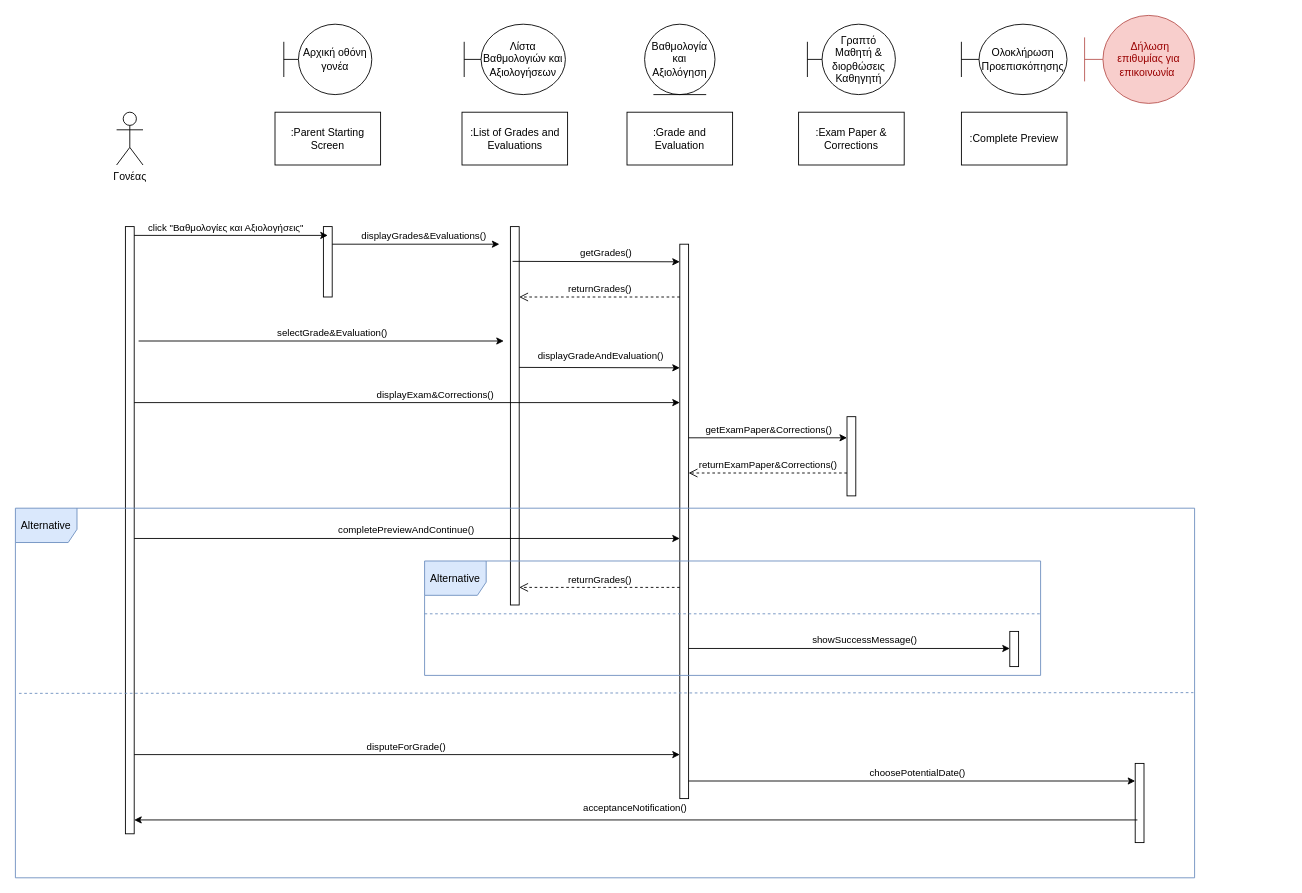
The draw.io diagram Παραδοτέο4/SD_Parent_1.drawio in m1kemp/School-Hero, before the edit. Source tidied: cells renumbered, new cells numbered last; positions are measured from the earlier drawing's top-left corner, leaving out a move shared by most shapes. Both pictures are drawn from the tidied source at 88%, with x=0, y=0 at pixel (15, 15).
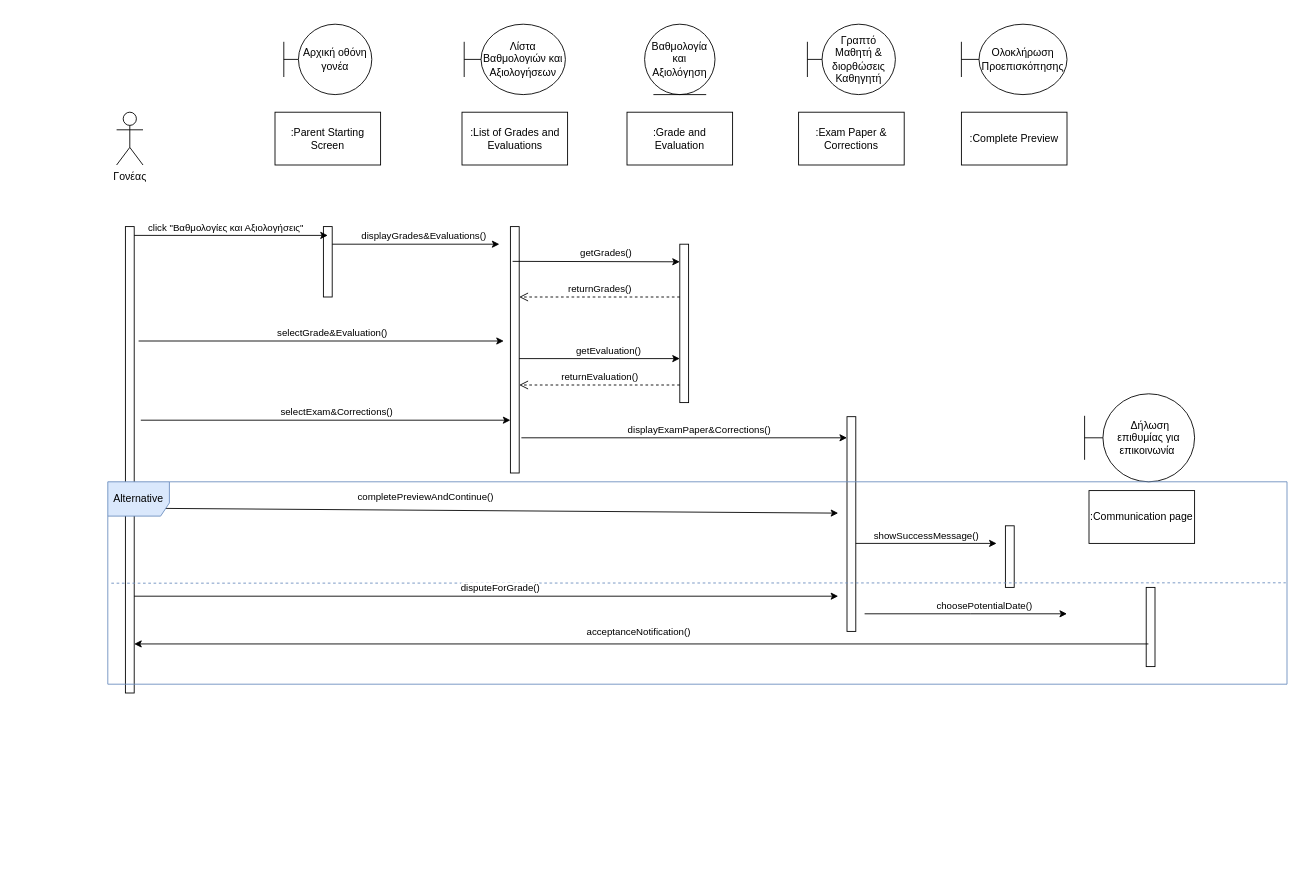
The same page after the edit.

The change refers to these unchanged cells:
```xml
<mxCell id="9" style="html=1;points=[];perimeter=orthogonalPerimeter;outlineConnect=0;targetShapes=umlLifeline;portConstraint=eastwest;newEdgeStyle={&quot;edgeStyle&quot;:&quot;elbowEdgeStyle&quot;,&quot;elbow&quot;:&quot;vertical&quot;,&quot;curved&quot;:0,&quot;rounded&quot;:0};" parent="1" vertex="1">
  <mxGeometry x="350" y="240" width="10" height="80" as="geometry" />
</mxCell>
```

The edit, as a diff of the source:
```diff
@@
-    <mxCell id="3" style="html=1;points=[];perimeter=orthogonalPerimeter;outlineConnect=0;targetShapes=umlLifeline;portConstraint=eastwest;newEdgeStyle={&quot;edgeStyle&quot;:&quot;elbowEdgeStyle&quot;,&quot;elbow&quot;:&quot;vertical&quot;,&quot;curved&quot;:0,&quot;rounded&quot;:0};" parent="1" vertex="1">
-      <mxGeometry x="125" y="240" width="10" height="690" as="geometry" />
-    </mxCell>
+    <mxCell id="52" style="html=1;points=[];perimeter=orthogonalPerimeter;outlineConnect=0;targetShapes=umlLifeline;portConstraint=eastwest;newEdgeStyle={&quot;edgeStyle&quot;:&quot;elbowEdgeStyle&quot;,&quot;elbow&quot;:&quot;vertical&quot;,&quot;curved&quot;:0,&quot;rounded&quot;:0};" parent="1" vertex="1">
+      <mxGeometry x="125" y="240" width="10" height="530" as="geometry" />
+    </mxCell>
@@
-    <mxCell id="11" value="&lt;font color=&quot;#990000&quot;&gt;&amp;nbsp;Δήλωση επιθυμίας για επικοινωνία&amp;nbsp;&lt;/font&gt;" style="shape=umlBoundary;whiteSpace=wrap;html=1;fillColor=#f8cecc;strokeColor=#b85450;" parent="1" vertex="1">
-      <mxGeometry x="1215" width="125" height="100" as="geometry" />
+    <mxCell id="11" value="&amp;nbsp;Δήλωση επιθυμίας για επικοινωνία&amp;nbsp;" style="shape=umlBoundary;whiteSpace=wrap;html=1;" parent="1" vertex="1">
+      <mxGeometry x="1215" y="430" width="125" height="100" as="geometry" />
     </mxCell>
-    <mxCell id="12" style="html=1;perimeter=orthogonalPerimeter;targetShapes=umlLifeline;newEdgeStyle={&quot;edgeStyle&quot;:&quot;elbowEdgeStyle&quot;,&quot;elbow&quot;:&quot;vertical&quot;,&quot;curved&quot;:0,&quot;rounded&quot;:0};" parent="1" vertex="1">
-      <mxGeometry x="562.5" y="240" width="10" height="430" as="geometry" />
-    </mxCell>
-    <mxCell id="13" style="endArrow=classic;html=1;rounded=0;entryX=0.5;entryY=0.125;entryDx=0;entryDy=0;entryPerimeter=0;" parent="1" edge="1" source="3" target="9">
-      <mxGeometry relative="1" as="geometry" />
-    </mxCell>
+    <mxCell id="53" style="html=1;perimeter=orthogonalPerimeter;targetShapes=umlLifeline;newEdgeStyle={&quot;edgeStyle&quot;:&quot;elbowEdgeStyle&quot;,&quot;elbow&quot;:&quot;vertical&quot;,&quot;curved&quot;:0,&quot;rounded&quot;:0};" parent="1" vertex="1">
+      <mxGeometry x="562.5" y="240" width="10" height="280" as="geometry" />
+    </mxCell>
+    <mxCell id="54" style="endArrow=classic;html=1;rounded=0;entryX=0.5;entryY=0.125;entryDx=0;entryDy=0;entryPerimeter=0;" parent="1" edge="1" source="52" target="9">
+      <mxGeometry relative="1" as="geometry" />
+    </mxCell>
-    <mxCell id="14" value="click &quot;Βαθμολογίες και Αξιολογήσεις&quot;" style="edgeLabel;html=1;align=center;verticalAlign=middle;" parent="13" vertex="1">
+    <mxCell id="14" value="click &quot;Βαθμολογίες και Αξιολογήσεις&quot;" style="edgeLabel;html=1;align=center;verticalAlign=middle;" parent="54" vertex="1">
       <mxGeometry x="0.19" y="-2" relative="1" as="geometry">
         <mxPoint x="-28" y="-12" as="offset" />
       </mxGeometry>
     </mxCell>
-    <mxCell id="15" style="html=1;points=[];perimeter=orthogonalPerimeter;outlineConnect=0;targetShapes=umlLifeline;portConstraint=eastwest;newEdgeStyle={&quot;edgeStyle&quot;:&quot;elbowEdgeStyle&quot;,&quot;elbow&quot;:&quot;vertical&quot;,&quot;curved&quot;:0,&quot;rounded&quot;:0};" parent="1" vertex="1">
-      <mxGeometry x="755" y="260" width="10" height="630" as="geometry" />
-    </mxCell>
-    <mxCell id="16" style="endArrow=classic;html=1;rounded=0;" parent="1" edge="1">
-      <mxGeometry relative="1" as="geometry">
-        <mxPoint x="360" y="260" as="sourcePoint" />
-        <mxPoint x="550" y="260" as="targetPoint" />
-      </mxGeometry>
-    </mxCell>
+    <mxCell id="55" style="html=1;points=[];perimeter=orthogonalPerimeter;outlineConnect=0;targetShapes=umlLifeline;portConstraint=eastwest;newEdgeStyle={&quot;edgeStyle&quot;:&quot;elbowEdgeStyle&quot;,&quot;elbow&quot;:&quot;vertical&quot;,&quot;curved&quot;:0,&quot;rounded&quot;:0};" parent="1" vertex="1">
+      <mxGeometry x="755" y="260" width="10" height="180" as="geometry" />
+    </mxCell>
+    <mxCell id="56" style="endArrow=classic;html=1;rounded=0;" parent="1" edge="1">
+      <mxGeometry relative="1" as="geometry">
+        <mxPoint x="360" y="260" as="sourcePoint" />
+        <mxPoint x="550" y="260" as="targetPoint" />
+      </mxGeometry>
+    </mxCell>
-    <mxCell id="17" value="displayGrades&amp;amp;Evaluations()" style="edgeLabel;html=1;align=center;verticalAlign=middle;" parent="16" vertex="1">
+    <mxCell id="17" value="displayGrades&amp;amp;Evaluations()" style="edgeLabel;html=1;align=center;verticalAlign=middle;" parent="56" vertex="1">
       <mxGeometry x="0.26" y="3" relative="1" as="geometry">
         <mxPoint x="-17" y="-7" as="offset" />
       </mxGeometry>
     </mxCell>
-    <mxCell id="18" style="endArrow=classic;html=1;rounded=0;" parent="1" edge="1">
-      <mxGeometry relative="1" as="geometry">
-        <mxPoint x="565" y="279.5" as="sourcePoint" />
-        <mxPoint x="755" y="280" as="targetPoint" />
-      </mxGeometry>
-    </mxCell>
+    <mxCell id="57" style="endArrow=classic;html=1;rounded=0;" parent="1" edge="1">
+      <mxGeometry relative="1" as="geometry">
+        <mxPoint x="565" y="279.5" as="sourcePoint" />
+        <mxPoint x="755" y="280" as="targetPoint" />
+      </mxGeometry>
+    </mxCell>
-    <mxCell id="19" value="getGrades()" style="edgeLabel;html=1;align=center;verticalAlign=middle;" parent="18" vertex="1">
+    <mxCell id="19" value="getGrades()" style="edgeLabel;html=1;align=center;verticalAlign=middle;" parent="57" vertex="1">
       <mxGeometry x="0.34" relative="1" as="geometry">
         <mxPoint x="-21" y="-10" as="offset" />
       </mxGeometry>
     </mxCell>
@@
-    <mxCell id="21" value="returnGrades()" style="html=1;verticalAlign=bottom;endArrow=open;dashed=1;endSize=8;edgeStyle=elbowEdgeStyle;elbow=vertical;curved=0;rounded=0;" parent="1" edge="1">
-      <mxGeometry relative="1" as="geometry">
-        <mxPoint x="755" y="320" as="sourcePoint" />
-        <mxPoint x="572.5" y="320" as="targetPoint" />
-      </mxGeometry>
-    </mxCell>
-    <mxCell id="22" style="endArrow=classic;html=1;rounded=0;" parent="1" edge="1">
-      <mxGeometry relative="1" as="geometry">
-        <mxPoint x="140" y="370" as="sourcePoint" />
-        <mxPoint x="555" y="370" as="targetPoint" />
-      </mxGeometry>
-    </mxCell>
+    <mxCell id="58" value="returnGrades()" style="html=1;verticalAlign=bottom;endArrow=open;dashed=1;endSize=8;edgeStyle=elbowEdgeStyle;elbow=vertical;curved=0;rounded=0;" parent="1" edge="1">
+      <mxGeometry relative="1" as="geometry">
+        <mxPoint x="755" y="320" as="sourcePoint" />
+        <mxPoint x="572.5" y="320" as="targetPoint" />
+      </mxGeometry>
+    </mxCell>
+    <mxCell id="59" style="endArrow=classic;html=1;rounded=0;" parent="1" edge="1">
+      <mxGeometry relative="1" as="geometry">
+        <mxPoint x="140" y="370" as="sourcePoint" />
+        <mxPoint x="555" y="370" as="targetPoint" />
+      </mxGeometry>
+    </mxCell>
-    <mxCell id="23" value="selectGrade&amp;amp;Evaluation()" style="edgeLabel;html=1;align=center;verticalAlign=middle;" parent="22" vertex="1">
+    <mxCell id="23" value="selectGrade&amp;amp;Evaluation()" style="edgeLabel;html=1;align=center;verticalAlign=middle;" parent="59" vertex="1">
       <mxGeometry x="0.19" y="-2" relative="1" as="geometry">
         <mxPoint x="-28" y="-12" as="offset" />
       </mxGeometry>
     </mxCell>
-    <mxCell id="24" style="html=1;perimeter=orthogonalPerimeter;targetShapes=umlLifeline;newEdgeStyle={&quot;edgeStyle&quot;:&quot;elbowEdgeStyle&quot;,&quot;elbow&quot;:&quot;vertical&quot;,&quot;curved&quot;:0,&quot;rounded&quot;:0};" parent="1" vertex="1">
-      <mxGeometry x="945" y="456" width="10" height="90" as="geometry" />
-    </mxCell>
-    <mxCell id="25" style="endArrow=classic;html=1;rounded=0;" parent="1" edge="1">
-      <mxGeometry relative="1" as="geometry">
-        <mxPoint x="572.5" y="400" as="sourcePoint" />
-        <mxPoint x="755" y="400.5" as="targetPoint" />
-      </mxGeometry>
-    </mxCell>
-    <mxCell id="26" value="displayGradeAndEvaluation()" style="edgeLabel;html=1;align=center;verticalAlign=middle;" parent="25" vertex="1">
-      <mxGeometry x="0.29" relative="1" as="geometry">
-        <mxPoint x="-26" y="-14" as="offset" />
-      </mxGeometry>
-    </mxCell>
-    <mxCell id="27" style="endArrow=classic;html=1;rounded=0;" parent="1" edge="1">
-      <mxGeometry relative="1" as="geometry">
-        <mxPoint x="765" y="480" as="sourcePoint" />
-        <mxPoint x="945" y="480" as="targetPoint" />
-      </mxGeometry>
-    </mxCell>
-    <mxCell id="28" value="getExamPaper&amp;amp;Corrections()" style="edgeLabel;html=1;align=center;verticalAlign=middle;" parent="27" vertex="1">
-      <mxGeometry x="0.17" y="4" relative="1" as="geometry">
-        <mxPoint x="-15" y="-6" as="offset" />
-      </mxGeometry>
-    </mxCell>
+    <mxCell id="60" style="html=1;points=[];perimeter=orthogonalPerimeter;outlineConnect=0;targetShapes=umlLifeline;portConstraint=eastwest;newEdgeStyle={&quot;edgeStyle&quot;:&quot;elbowEdgeStyle&quot;,&quot;elbow&quot;:&quot;vertical&quot;,&quot;curved&quot;:0,&quot;rounded&quot;:0};" parent="1" vertex="1">
+      <mxGeometry x="945" y="456" width="10" height="244" as="geometry" />
+    </mxCell>
+    <mxCell id="61" style="endArrow=classic;html=1;rounded=0;" parent="1" edge="1">
+      <mxGeometry relative="1" as="geometry">
+        <mxPoint x="575" y="480" as="sourcePoint" />
+        <mxPoint x="945" y="480" as="targetPoint" />
+      </mxGeometry>
+    </mxCell>
+    <mxCell id="62" value="displayExamPaper&amp;amp;Corrections()" style="edgeLabel;html=1;align=center;verticalAlign=middle;" parent="61" vertex="1">
+      <mxGeometry x="0.17" y="4" relative="1" as="geometry">
+        <mxPoint x="-15" y="-6" as="offset" />
+      </mxGeometry>
+    </mxCell>
@@
-    <mxCell id="30" value="returnExamPaper&amp;amp;Corrections()" style="html=1;verticalAlign=bottom;endArrow=open;dashed=1;endSize=8;edgeStyle=elbowEdgeStyle;elbow=vertical;curved=0;rounded=0;" parent="1" edge="1">
-      <mxGeometry relative="1" as="geometry">
-        <mxPoint x="945" y="520" as="sourcePoint" />
-        <mxPoint x="765" y="520" as="targetPoint" />
-      </mxGeometry>
-    </mxCell>
-    <mxCell id="31" style="endArrow=classic;html=1;rounded=0;" parent="1" edge="1">
-      <mxGeometry relative="1" as="geometry">
-        <mxPoint x="135" y="594.4" as="sourcePoint" />
-        <mxPoint x="755" y="594.4" as="targetPoint" />
-      </mxGeometry>
-    </mxCell>
+    <mxCell id="63" style="endArrow=classic;html=1;rounded=0;" parent="1" edge="1">
+      <mxGeometry relative="1" as="geometry">
+        <mxPoint x="135" y="560" as="sourcePoint" />
+        <mxPoint x="935" y="565.6" as="targetPoint" />
+      </mxGeometry>
+    </mxCell>
-    <mxCell id="32" value="completePreviewAndContinue()" style="edgeLabel;html=1;align=center;verticalAlign=middle;" parent="31" vertex="1">
+    <mxCell id="32" value="completePreviewAndContinue()" style="edgeLabel;html=1;align=center;verticalAlign=middle;" parent="63" vertex="1">
       <mxGeometry x="0.19" y="-2" relative="1" as="geometry">
-        <mxPoint x="-61" y="-12" as="offset" />
+        <mxPoint x="-145" y="-19" as="offset" />
       </mxGeometry>
     </mxCell>
@@
-    <mxCell id="35" value="Alternative" style="shape=umlFrame;whiteSpace=wrap;html=1;fillColor=#dae8fc;strokeColor=#6c8ebf;width=70;height=39;" parent="1" vertex="1">
-      <mxGeometry y="560" width="1340" height="420" as="geometry" />
-    </mxCell>
-    <mxCell id="36" value="returnGrades()" style="html=1;verticalAlign=bottom;endArrow=open;dashed=1;endSize=8;edgeStyle=elbowEdgeStyle;elbow=vertical;curved=0;rounded=0;" parent="1" edge="1">
-      <mxGeometry relative="1" as="geometry">
-        <mxPoint x="755" y="650" as="sourcePoint" />
-        <mxPoint x="572.5" y="650" as="targetPoint" />
-      </mxGeometry>
-    </mxCell>
-    <mxCell id="37" value="Alternative" style="shape=umlFrame;whiteSpace=wrap;html=1;fillColor=#dae8fc;strokeColor=#6c8ebf;width=70;height=39;" parent="1" vertex="1">
-      <mxGeometry x="465" y="620" width="700" height="130" as="geometry" />
-    </mxCell>
-    <mxCell id="38" style="endArrow=none;dashed=1;html=1;rounded=0;fillColor=#dae8fc;strokeColor=#6c8ebf;" parent="1" edge="1">
-      <mxGeometry relative="1" as="geometry">
-        <mxPoint x="465" y="680" as="sourcePoint" />
-        <mxPoint x="1165" y="680" as="targetPoint" />
-      </mxGeometry>
-    </mxCell>
-    <mxCell id="39" style="html=1;points=[];perimeter=orthogonalPerimeter;outlineConnect=0;targetShapes=umlLifeline;portConstraint=eastwest;newEdgeStyle={&quot;edgeStyle&quot;:&quot;elbowEdgeStyle&quot;,&quot;elbow&quot;:&quot;vertical&quot;,&quot;curved&quot;:0,&quot;rounded&quot;:0};" parent="1" vertex="1">
-      <mxGeometry x="1130" y="700" width="10" height="40" as="geometry" />
-    </mxCell>
-    <mxCell id="40" style="endArrow=classic;html=1;rounded=0;" parent="1" edge="1" target="15">
-      <mxGeometry relative="1" as="geometry">
-        <mxPoint x="135" y="440" as="sourcePoint" />
-      </mxGeometry>
-    </mxCell>
-    <mxCell id="41" value="displayExam&amp;amp;Corrections()" style="edgeLabel;html=1;align=center;verticalAlign=middle;" parent="40" vertex="1">
-      <mxGeometry x="0.19" y="-2" relative="1" as="geometry">
-        <mxPoint x="-28" y="-12" as="offset" />
-      </mxGeometry>
-    </mxCell>
-    <mxCell id="42" style="endArrow=classic;html=1;rounded=0;" parent="1" edge="1" target="39">
-      <mxGeometry relative="1" as="geometry">
-        <mxPoint x="765" y="719.4" as="sourcePoint" />
-      </mxGeometry>
-    </mxCell>
+    <mxCell id="64" value="Alternative" style="shape=umlFrame;whiteSpace=wrap;html=1;fillColor=#dae8fc;strokeColor=#6c8ebf;width=70;height=39;" parent="1" vertex="1">
+      <mxGeometry x="105" y="530" width="1340" height="230" as="geometry" />
+    </mxCell>
+    <mxCell id="65" style="html=1;perimeter=orthogonalPerimeter;targetShapes=umlLifeline;newEdgeStyle={&quot;edgeStyle&quot;:&quot;elbowEdgeStyle&quot;,&quot;elbow&quot;:&quot;vertical&quot;,&quot;curved&quot;:0,&quot;rounded&quot;:0};" parent="1" vertex="1">
+      <mxGeometry x="1125" y="580" width="10" height="70" as="geometry" />
+    </mxCell>
+    <mxCell id="66" style="endArrow=classic;html=1;rounded=0;" parent="1" edge="1">
+      <mxGeometry relative="1" as="geometry">
+        <mxPoint x="142.5" y="460" as="sourcePoint" />
+        <mxPoint x="562.5" y="460" as="targetPoint" />
+      </mxGeometry>
+    </mxCell>
+    <mxCell id="67" value="selectExam&amp;amp;Corrections()" style="edgeLabel;html=1;align=center;verticalAlign=middle;" parent="66" vertex="1">
+      <mxGeometry x="0.19" y="-2" relative="1" as="geometry">
+        <mxPoint x="-28" y="-12" as="offset" />
+      </mxGeometry>
+    </mxCell>
+    <mxCell id="68" style="endArrow=classic;html=1;rounded=0;" parent="1" edge="1" source="60">
+      <mxGeometry relative="1" as="geometry">
+        <mxPoint x="1115" y="600" as="targetPoint" />
+      </mxGeometry>
+    </mxCell>
-    <mxCell id="43" value="showSuccessMessage()" style="edgeLabel;html=1;align=center;verticalAlign=middle;" parent="42" vertex="1">
+    <mxCell id="43" value="showSuccessMessage()" style="edgeLabel;html=1;align=center;verticalAlign=middle;" parent="68" vertex="1">
       <mxGeometry x="0.17" y="4" relative="1" as="geometry">
         <mxPoint x="-15" y="-6" as="offset" />
       </mxGeometry>
     </mxCell>
-    <mxCell id="44" style="endArrow=none;dashed=1;html=1;rounded=0;exitX=0.003;exitY=0.501;exitDx=0;exitDy=0;exitPerimeter=0;entryX=0.999;entryY=0.499;entryDx=0;entryDy=0;entryPerimeter=0;fillColor=#dae8fc;strokeColor=#6c8ebf;" parent="1" edge="1" source="35" target="35">
-      <mxGeometry relative="1" as="geometry" />
-    </mxCell>
-    <mxCell id="45" style="endArrow=classic;html=1;rounded=0;" parent="1" edge="1">
-      <mxGeometry relative="1" as="geometry">
-        <mxPoint x="135" y="840" as="sourcePoint" />
-        <mxPoint x="755" y="840" as="targetPoint" />
-      </mxGeometry>
-    </mxCell>
+    <mxCell id="69" style="endArrow=none;dashed=1;html=1;rounded=0;exitX=0.003;exitY=0.501;exitDx=0;exitDy=0;exitPerimeter=0;entryX=0.999;entryY=0.499;entryDx=0;entryDy=0;entryPerimeter=0;fillColor=#dae8fc;strokeColor=#6c8ebf;" parent="1" edge="1" source="64" target="64">
+      <mxGeometry relative="1" as="geometry" />
+    </mxCell>
+    <mxCell id="70" style="endArrow=classic;html=1;rounded=0;" parent="1" edge="1">
+      <mxGeometry relative="1" as="geometry">
+        <mxPoint x="135" y="660" as="sourcePoint" />
+        <mxPoint x="935" y="660" as="targetPoint" />
+      </mxGeometry>
+    </mxCell>
-    <mxCell id="46" value="disputeForGrade()" style="edgeLabel;html=1;align=center;verticalAlign=middle;" parent="45" vertex="1">
+    <mxCell id="46" value="disputeForGrade()" style="edgeLabel;html=1;align=center;verticalAlign=middle;" parent="70" vertex="1">
       <mxGeometry x="0.19" y="-2" relative="1" as="geometry">
         <mxPoint x="-61" y="-12" as="offset" />
       </mxGeometry>
     </mxCell>
-    <mxCell id="47" style="endArrow=classic;html=1;rounded=0;" parent="1" edge="1" target="49">
-      <mxGeometry relative="1" as="geometry">
-        <mxPoint x="765" y="870" as="sourcePoint" />
-      </mxGeometry>
-    </mxCell>
+    <mxCell id="71" style="endArrow=classic;html=1;rounded=0;" parent="1" edge="1">
+      <mxGeometry relative="1" as="geometry">
+        <mxPoint x="965" y="680" as="sourcePoint" />
+        <mxPoint x="1195" y="680" as="targetPoint" />
+        <Array as="points">
+          <mxPoint x="1085" y="680" />
+        </Array>
+      </mxGeometry>
+    </mxCell>
-    <mxCell id="48" value="choosePotentialDate()" style="edgeLabel;html=1;align=center;verticalAlign=middle;" parent="47" vertex="1">
+    <mxCell id="48" value="choosePotentialDate()" style="edgeLabel;html=1;align=center;verticalAlign=middle;" parent="71" vertex="1">
       <mxGeometry x="-0.1" relative="1" as="geometry">
         <mxPoint x="31" y="-10" as="offset" />
       </mxGeometry>
     </mxCell>
-    <mxCell id="49" style="html=1;points=[];perimeter=orthogonalPerimeter;outlineConnect=0;targetShapes=umlLifeline;portConstraint=eastwest;newEdgeStyle={&quot;edgeStyle&quot;:&quot;elbowEdgeStyle&quot;,&quot;elbow&quot;:&quot;vertical&quot;,&quot;curved&quot;:0,&quot;rounded&quot;:0};" parent="1" vertex="1">
-      <mxGeometry x="1272.5" y="850" width="10" height="90" as="geometry" />
-    </mxCell>
-    <mxCell id="50" style="endArrow=classic;html=1;rounded=0;exitX=0.25;exitY=0.714;exitDx=0;exitDy=0;exitPerimeter=0;" parent="1" edge="1" source="49" target="3">
-      <mxGeometry relative="1" as="geometry" />
-    </mxCell>
+    <mxCell id="72" style="html=1;points=[];perimeter=orthogonalPerimeter;outlineConnect=0;targetShapes=umlLifeline;portConstraint=eastwest;newEdgeStyle={&quot;edgeStyle&quot;:&quot;elbowEdgeStyle&quot;,&quot;elbow&quot;:&quot;vertical&quot;,&quot;curved&quot;:0,&quot;rounded&quot;:0};" parent="1" vertex="1">
+      <mxGeometry x="1285" y="650" width="10" height="90" as="geometry" />
+    </mxCell>
+    <mxCell id="73" style="endArrow=classic;html=1;rounded=0;exitX=0.25;exitY=0.714;exitDx=0;exitDy=0;exitPerimeter=0;" parent="1" edge="1" source="72" target="52">
+      <mxGeometry relative="1" as="geometry" />
+    </mxCell>
-    <mxCell id="51" value="acceptanceNotification()" style="edgeLabel;html=1;align=center;verticalAlign=middle;" parent="50" vertex="1">
+    <mxCell id="51" value="acceptanceNotification()" style="edgeLabel;html=1;align=center;verticalAlign=middle;" parent="73" vertex="1">
       <mxGeometry x="0.19" y="-2" relative="1" as="geometry">
         <mxPoint x="106" y="-12" as="offset" />
       </mxGeometry>
     </mxCell>
+    <mxCell id="74" style="endArrow=classic;html=1;rounded=0;" parent="1" edge="1" target="55">
+      <mxGeometry relative="1" as="geometry">
+        <mxPoint x="572.5" y="390" as="sourcePoint" />
+      </mxGeometry>
+    </mxCell>
+    <mxCell id="75" value="getEvaluation()" style="edgeLabel;html=1;align=center;verticalAlign=middle;" parent="74" vertex="1">
+      <mxGeometry x="0.34" relative="1" as="geometry">
+        <mxPoint x="-21" y="-10" as="offset" />
+      </mxGeometry>
+    </mxCell>
+    <mxCell id="76" value="returnEvaluation()" style="html=1;verticalAlign=bottom;endArrow=open;dashed=1;endSize=8;edgeStyle=elbowEdgeStyle;elbow=vertical;curved=0;rounded=0;" parent="1" edge="1">
+      <mxGeometry relative="1" as="geometry">
+        <mxPoint x="755" y="420" as="sourcePoint" />
+        <mxPoint x="572.5" y="420" as="targetPoint" />
+      </mxGeometry>
+    </mxCell>
+    <mxCell id="77" value=":Communication page" style="rounded=0;whiteSpace=wrap;html=1;" parent="1" vertex="1">
+      <mxGeometry x="1220" y="540" width="120" height="60" as="geometry" />
+    </mxCell>
```
